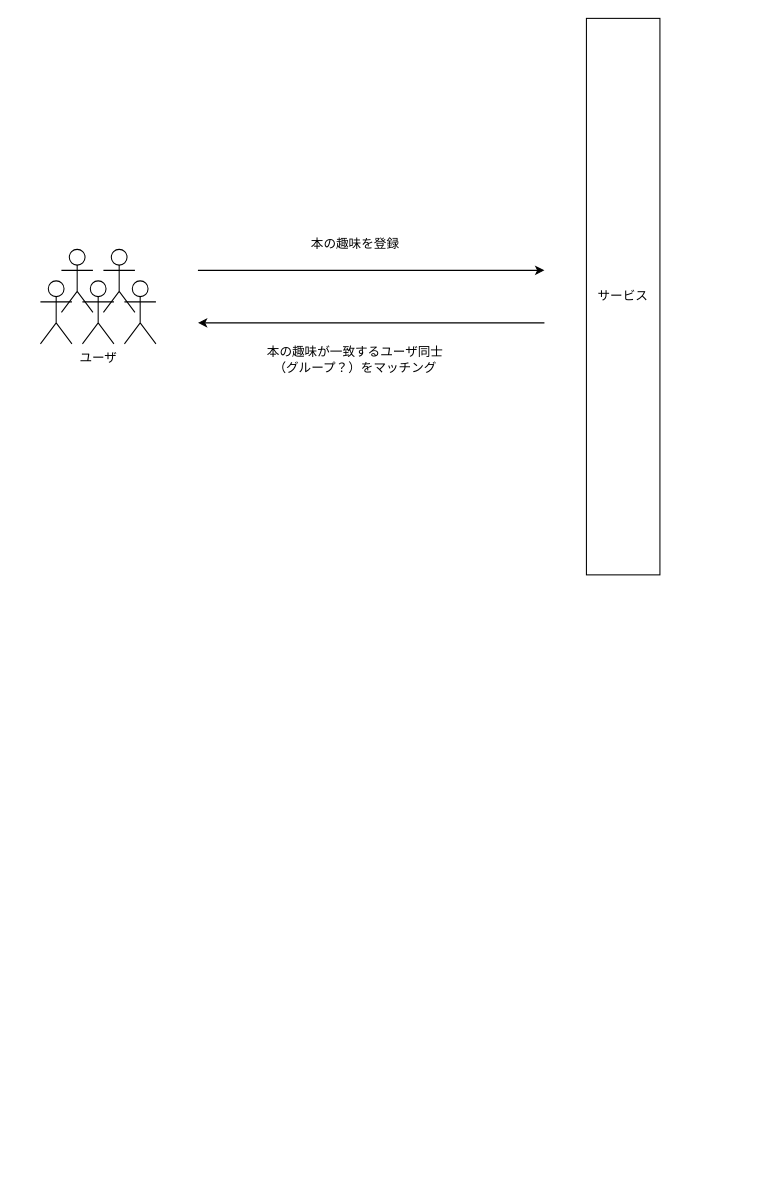
Earlier version of the draw.io diagram documents/service.dio (wankosoba/bookmatch). Source tidied: cells renumbered, new cells numbered last; positions are measured from the earlier drawing's top-left corner, leaving out a move shared by most shapes. Both pictures are drawn from the tidied source at 105%, with x=0, y=0 at pixel (40, 18).
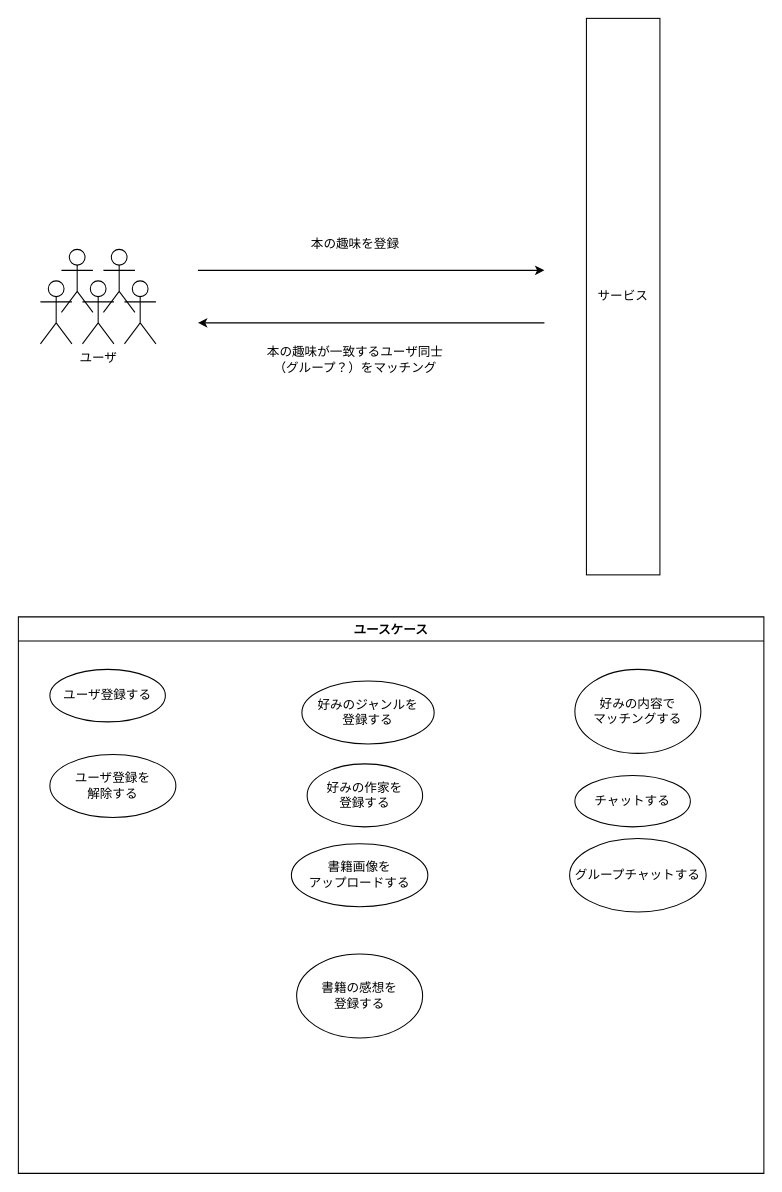
The same diagram, later.

Commit message:
ユースケースを追加

What changed in the source:
```diff
@@
+    <mxCell id="14" value="ユースケース" style="swimlane;" parent="1" vertex="1">
+      <mxGeometry x="-21" y="570" width="710" height="530" as="geometry" />
+    </mxCell>
+    <mxCell id="15" value="ユーザ登録する" style="ellipse;whiteSpace=wrap;html=1;" parent="14" vertex="1">
+      <mxGeometry x="30" y="50" width="110" height="50" as="geometry" />
+    </mxCell>
+    <mxCell id="16" value="ユーザ登録を&lt;br&gt;解除する" style="ellipse;whiteSpace=wrap;html=1;" parent="14" vertex="1">
+      <mxGeometry x="30" y="131" width="120" height="60" as="geometry" />
+    </mxCell>
+    <mxCell id="17" value="書籍画像を&lt;br&gt;アップロードする" style="ellipse;whiteSpace=wrap;html=1;" parent="14" vertex="1">
+      <mxGeometry x="260" y="216" width="130" height="60" as="geometry" />
+    </mxCell>
+    <mxCell id="18" value="好みのジャンルを&lt;br&gt;登録する" style="ellipse;whiteSpace=wrap;html=1;" parent="14" vertex="1">
+      <mxGeometry x="270" y="61" width="126" height="60" as="geometry" />
+    </mxCell>
+    <mxCell id="19" value="好みの作家を&lt;br&gt;登録する" style="ellipse;whiteSpace=wrap;html=1;" parent="14" vertex="1">
+      <mxGeometry x="275" y="140" width="110" height="60" as="geometry" />
+    </mxCell>
+    <mxCell id="20" value="書籍の感想を&lt;br&gt;登録する" style="ellipse;whiteSpace=wrap;html=1;" parent="14" vertex="1">
+      <mxGeometry x="265" y="321" width="120" height="80" as="geometry" />
+    </mxCell>
+    <mxCell id="21" value="チャットする" style="ellipse;whiteSpace=wrap;html=1;" parent="14" vertex="1">
+      <mxGeometry x="530" y="151" width="110" height="49" as="geometry" />
+    </mxCell>
+    <mxCell id="22" value="好みの内容で&lt;br&gt;マッチングする" style="ellipse;whiteSpace=wrap;html=1;" parent="14" vertex="1">
+      <mxGeometry x="530" y="50" width="120" height="80" as="geometry" />
+    </mxCell>
+    <mxCell id="23" value="グループチャットする" style="ellipse;whiteSpace=wrap;html=1;" parent="14" vertex="1">
+      <mxGeometry x="525" y="211" width="130" height="70" as="geometry" />
+    </mxCell>
```
